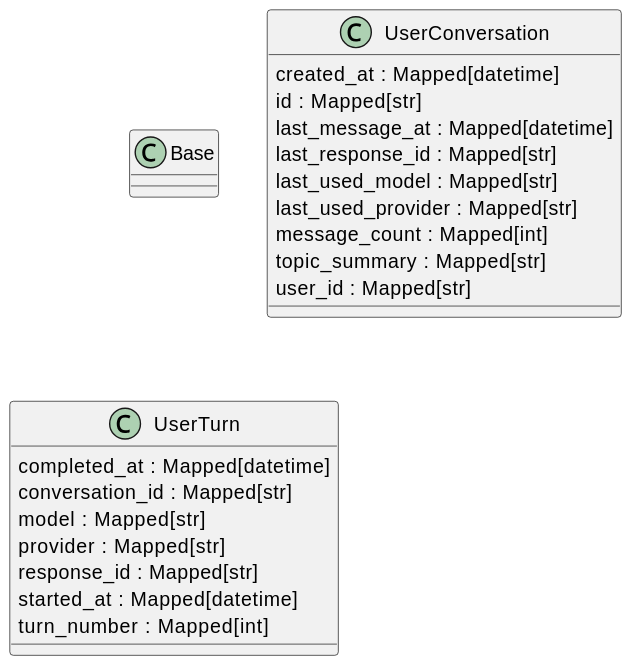
This is docs/models/database.svg from lightspeed-core/lightspeed-stack, a PlantUML export, as it was before one commit. Its diagram source:
```plantuml
@startuml
set namespaceSeparator none
class "Base" as src.models.database.base.Base {
}
class "UserConversation" as src.models.database.conversations.UserConversation {
  created_at : Mapped[datetime]
  id : Mapped[str]
  last_message_at : Mapped[datetime]
  last_response_id : Mapped[str]
  last_used_model : Mapped[str]
  last_used_provider : Mapped[str]
  message_count : Mapped[int]
  topic_summary : Mapped[str]
  user_id : Mapped[str]
}
class "UserTurn" as src.models.database.conversations.UserTurn {
  completed_at : Mapped[datetime]
  conversation_id : Mapped[str]
  model : Mapped[str]
  provider : Mapped[str]
  response_id : Mapped[str]
  started_at : Mapped[datetime]
  turn_number : Mapped[int]
}
@enduml
```
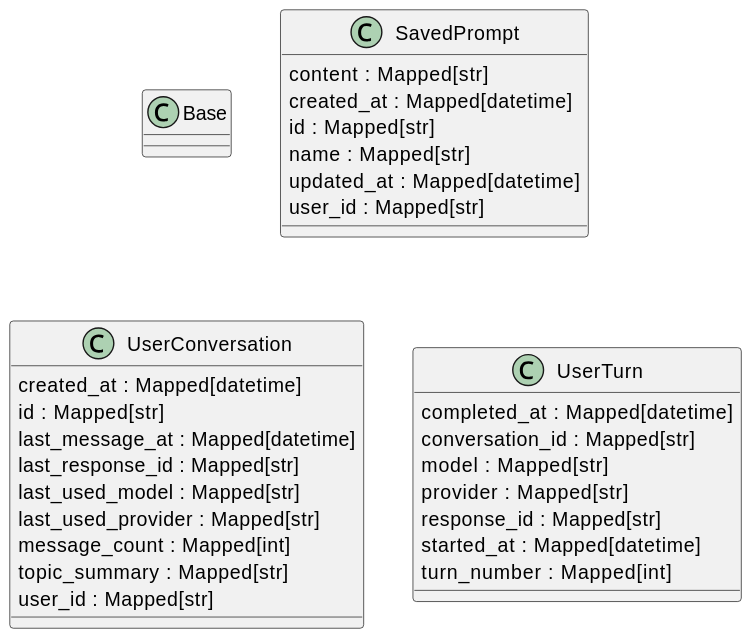
The same file after the commit.

Commit message:
LCORE-3229: Regenerated models doc

Change to the diagram source:
```diff
@@ -1,6 +1,14 @@
 @startuml
 set namespaceSeparator none
 class "Base" as src.models.database.base.Base {
+}
+class "SavedPrompt" as src.models.database.saved_prompts.SavedPrompt {
+  content : Mapped[str]
+  created_at : Mapped[datetime]
+  id : Mapped[str]
+  name : Mapped[str]
+  updated_at : Mapped[datetime]
+  user_id : Mapped[str]
 }
 class "UserConversation" as src.models.database.conversations.UserConversation {
   created_at : Mapped[datetime]
```
